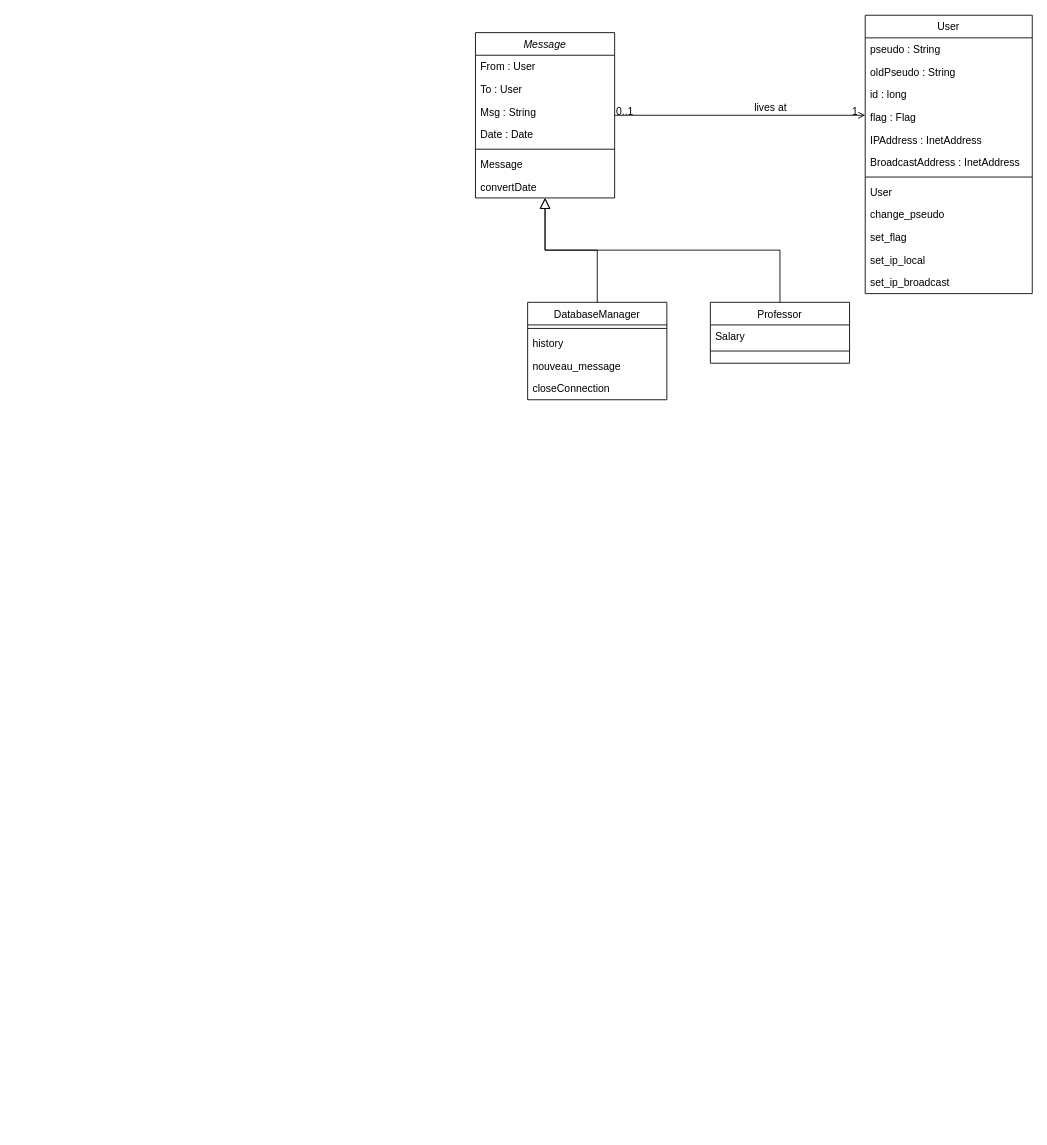
martemr/Project_chat_system keeps this draw.io diagram as ressources/Design UML/Untitled Diagram.drawio. Above is the earlier version. Source tidied: cells renumbered, new cells numbered last; positions are measured from the earlier drawing's top-left corner, leaving out a move shared by most shapes. Both pictures are drawn from the tidied source at 87%, with x=0, y=0 at pixel (475, 15).
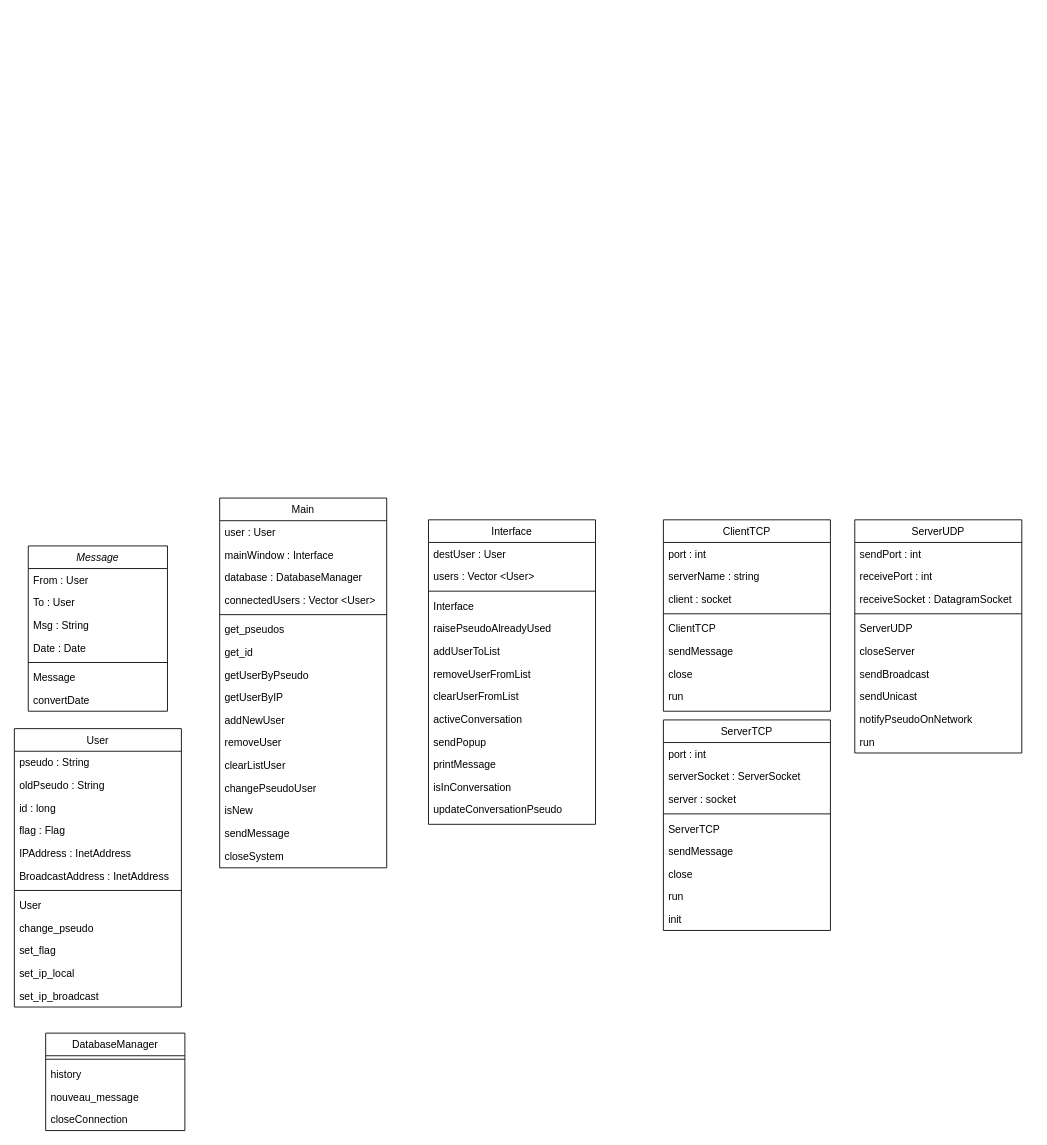
After the change.

Change to the diagram source:
```diff
@@
     <mxCell id="2" value="Message" style="swimlane;fontStyle=2;align=center;verticalAlign=top;horizontal=1;startSize=26;rounded=0;shadow=0;strokeWidth=1;" parent="1" vertex="1">
-      <mxGeometry y="20" width="160" height="190" as="geometry" />
+      <mxGeometry x="-514" y="610" width="160" height="190" as="geometry" />
     </mxCell>
@@
     <mxCell id="10" value="DatabaseManager" style="swimlane;fontStyle=0;align=center;verticalAlign=top;horizontal=1;startSize=26;rounded=0;shadow=0;strokeWidth=1;" parent="1" vertex="1">
-      <mxGeometry x="60" y="330" width="160" height="112" as="geometry" />
+      <mxGeometry x="-494" y="1170" width="160" height="112" as="geometry" />
     </mxCell>
@@
-    <mxCell id="15" style="endArrow=block;endSize=10;endFill=0;shadow=0;strokeWidth=1;rounded=0;edgeStyle=elbowEdgeStyle;elbow=vertical;" parent="1" edge="1" source="10" target="2">
-      <mxGeometry relative="1" as="geometry" />
-    </mxCell>
-    <mxCell id="16" value="Professor" style="swimlane;fontStyle=0;align=center;verticalAlign=top;horizontal=1;startSize=26;rounded=0;shadow=0;strokeWidth=1;" parent="1" vertex="1">
-      <mxGeometry x="270" y="330" width="160" height="70" as="geometry" />
-    </mxCell>
-    <mxCell id="17" value="Salary" style="text;align=left;verticalAlign=top;spacingLeft=4;spacingRight=4;overflow=hidden;" parent="16" vertex="1">
-      <mxGeometry y="26" width="160" height="26" as="geometry" />
-    </mxCell>
-    <mxCell id="18" style="line;html=1;strokeWidth=1;align=left;verticalAlign=middle;spacingTop=-1;spacingLeft=3;spacingRight=3;labelPosition=right;" parent="16" vertex="1">
-      <mxGeometry y="52" width="160" height="8" as="geometry" />
-    </mxCell>
-    <mxCell id="19" style="endArrow=block;endSize=10;endFill=0;shadow=0;strokeWidth=1;rounded=0;edgeStyle=elbowEdgeStyle;elbow=vertical;" parent="1" edge="1" source="16" target="2">
-      <mxGeometry relative="1" as="geometry" />
-    </mxCell>
     <mxCell id="20" value="User" style="swimlane;fontStyle=0;align=center;verticalAlign=top;horizontal=1;startSize=26;rounded=0;shadow=0;strokeWidth=1;" parent="1" vertex="1">
-      <mxGeometry x="448" width="192" height="320" as="geometry" />
+      <mxGeometry x="-530" y="820" width="192" height="320" as="geometry" />
     </mxCell>
@@
-    <mxCell id="33" style="endArrow=open;shadow=0;strokeWidth=1;rounded=0;endFill=1;edgeStyle=elbowEdgeStyle;elbow=vertical;" parent="1" edge="1" source="2" target="20">
-      <mxGeometry x="0.5" y="41" relative="1" as="geometry">
-        <mxPoint x="-40" y="32" as="offset" />
-      </mxGeometry>
-    </mxCell>
-    <mxCell id="34" value="0..1" style="align=left;verticalAlign=bottom;labelBackgroundColor=none;fontSize=12;" parent="33" vertex="1">
-      <mxGeometry x="-1" relative="1" as="geometry">
-        <mxPoint y="4" as="offset" />
-      </mxGeometry>
-    </mxCell>
-    <mxCell id="35" value="1" style="align=right;verticalAlign=bottom;labelBackgroundColor=none;fontSize=12;" parent="33" vertex="1">
-      <mxGeometry x="1" relative="1" as="geometry">
-        <mxPoint x="-7" y="4" as="offset" />
-      </mxGeometry>
-    </mxCell>
-    <mxCell id="36" value="lives at" style="text;html=1;align=center;verticalAlign=middle;labelBackgroundColor=none;rounded=0;shadow=0;strokeWidth=1;fontSize=12;" parent="33" vertex="1">
-      <mxGeometry x="0.5" y="49" relative="1" as="geometry">
-        <mxPoint x="-38" y="40" as="offset" />
-      </mxGeometry>
-    </mxCell>
+    <mxCell id="37" value="Interface" style="swimlane;fontStyle=0;align=center;verticalAlign=top;horizontal=1;startSize=26;rounded=0;shadow=0;strokeWidth=1;" parent="1" vertex="1">
+      <mxGeometry x="-54" y="580" width="192" height="350" as="geometry" />
+    </mxCell>
+    <mxCell id="38" value="destUser : User" style="text;align=left;verticalAlign=top;spacingLeft=4;spacingRight=4;overflow=hidden;" parent="37" vertex="1">
+      <mxGeometry y="26" width="192" height="26" as="geometry" />
+    </mxCell>
+    <mxCell id="39" value="users : Vector &lt;User&gt;" style="text;align=left;verticalAlign=top;spacingLeft=4;spacingRight=4;overflow=hidden;rounded=0;shadow=0;html=0;" parent="37" vertex="1">
+      <mxGeometry y="52" width="192" height="26" as="geometry" />
+    </mxCell>
+    <mxCell id="40" style="line;html=1;strokeWidth=1;align=left;verticalAlign=middle;spacingTop=-1;spacingLeft=3;spacingRight=3;labelPosition=right;" parent="37" vertex="1">
+      <mxGeometry y="78" width="192" height="8" as="geometry" />
+    </mxCell>
+    <mxCell id="41" value="Interface" style="text;align=left;verticalAlign=top;spacingLeft=4;spacingRight=4;overflow=hidden;" parent="37" vertex="1">
+      <mxGeometry y="86" width="192" height="26" as="geometry" />
+    </mxCell>
+    <mxCell id="42" value="raisePseudoAlreadyUsed" style="text;align=left;verticalAlign=top;spacingLeft=4;spacingRight=4;overflow=hidden;" parent="37" vertex="1">
+      <mxGeometry y="112" width="192" height="26" as="geometry" />
+    </mxCell>
+    <mxCell id="43" value="addUserToList" style="text;align=left;verticalAlign=top;spacingLeft=4;spacingRight=4;overflow=hidden;" parent="37" vertex="1">
+      <mxGeometry y="138" width="192" height="26" as="geometry" />
+    </mxCell>
+    <mxCell id="44" value="removeUserFromList" style="text;align=left;verticalAlign=top;spacingLeft=4;spacingRight=4;overflow=hidden;" parent="37" vertex="1">
+      <mxGeometry y="164" width="192" height="26" as="geometry" />
+    </mxCell>
+    <mxCell id="45" value="clearUserFromList" style="text;align=left;verticalAlign=top;spacingLeft=4;spacingRight=4;overflow=hidden;" parent="37" vertex="1">
+      <mxGeometry y="190" width="192" height="26" as="geometry" />
+    </mxCell>
+    <mxCell id="46" value="activeConversation" style="text;align=left;verticalAlign=top;spacingLeft=4;spacingRight=4;overflow=hidden;" parent="37" vertex="1">
+      <mxGeometry y="216" width="192" height="26" as="geometry" />
+    </mxCell>
+    <mxCell id="47" value="sendPopup" style="text;align=left;verticalAlign=top;spacingLeft=4;spacingRight=4;overflow=hidden;" parent="37" vertex="1">
+      <mxGeometry y="242" width="192" height="26" as="geometry" />
+    </mxCell>
+    <mxCell id="48" value="printMessage" style="text;align=left;verticalAlign=top;spacingLeft=4;spacingRight=4;overflow=hidden;" parent="37" vertex="1">
+      <mxGeometry y="268" width="192" height="26" as="geometry" />
+    </mxCell>
+    <mxCell id="49" value="isInConversation" style="text;align=left;verticalAlign=top;spacingLeft=4;spacingRight=4;overflow=hidden;" parent="37" vertex="1">
+      <mxGeometry y="294" width="192" height="26" as="geometry" />
+    </mxCell>
+    <mxCell id="50" value="updateConversationPseudo" style="text;align=left;verticalAlign=top;spacingLeft=4;spacingRight=4;overflow=hidden;" parent="37" vertex="1">
+      <mxGeometry y="320" width="192" height="26" as="geometry" />
+    </mxCell>
+    <mxCell id="51" value="ClientTCP" style="swimlane;fontStyle=0;align=center;verticalAlign=top;horizontal=1;startSize=26;rounded=0;shadow=0;strokeWidth=1;" parent="1" vertex="1">
+      <mxGeometry x="216" y="580" width="192" height="220" as="geometry" />
+    </mxCell>
+    <mxCell id="52" value="port : int" style="text;align=left;verticalAlign=top;spacingLeft=4;spacingRight=4;overflow=hidden;" parent="51" vertex="1">
+      <mxGeometry y="26" width="192" height="26" as="geometry" />
+    </mxCell>
+    <mxCell id="53" value="serverName : string" style="text;align=left;verticalAlign=top;spacingLeft=4;spacingRight=4;overflow=hidden;" parent="51" vertex="1">
+      <mxGeometry y="52" width="192" height="26" as="geometry" />
+    </mxCell>
+    <mxCell id="54" value="client : socket" style="text;align=left;verticalAlign=top;spacingLeft=4;spacingRight=4;overflow=hidden;rounded=0;shadow=0;html=0;" parent="51" vertex="1">
+      <mxGeometry y="78" width="192" height="26" as="geometry" />
+    </mxCell>
+    <mxCell id="55" style="line;html=1;strokeWidth=1;align=left;verticalAlign=middle;spacingTop=-1;spacingLeft=3;spacingRight=3;labelPosition=right;" parent="51" vertex="1">
+      <mxGeometry y="104" width="192" height="8" as="geometry" />
+    </mxCell>
+    <mxCell id="56" value="ClientTCP" style="text;align=left;verticalAlign=top;spacingLeft=4;spacingRight=4;overflow=hidden;" parent="51" vertex="1">
+      <mxGeometry y="112" width="192" height="26" as="geometry" />
+    </mxCell>
+    <mxCell id="57" value="sendMessage" style="text;align=left;verticalAlign=top;spacingLeft=4;spacingRight=4;overflow=hidden;" parent="51" vertex="1">
+      <mxGeometry y="138" width="192" height="26" as="geometry" />
+    </mxCell>
+    <mxCell id="58" value="close" style="text;align=left;verticalAlign=top;spacingLeft=4;spacingRight=4;overflow=hidden;" parent="51" vertex="1">
+      <mxGeometry y="164" width="192" height="26" as="geometry" />
+    </mxCell>
+    <mxCell id="59" value="run" style="text;align=left;verticalAlign=top;spacingLeft=4;spacingRight=4;overflow=hidden;" parent="51" vertex="1">
+      <mxGeometry y="190" width="192" height="26" as="geometry" />
+    </mxCell>
+    <mxCell id="60" value="ServerTCP" style="swimlane;fontStyle=0;align=center;verticalAlign=top;horizontal=1;startSize=26;rounded=0;shadow=0;strokeWidth=1;" parent="1" vertex="1">
+      <mxGeometry x="216" y="810" width="192" height="242" as="geometry" />
+    </mxCell>
+    <mxCell id="61" value="port : int" style="text;align=left;verticalAlign=top;spacingLeft=4;spacingRight=4;overflow=hidden;" parent="60" vertex="1">
+      <mxGeometry y="26" width="192" height="26" as="geometry" />
+    </mxCell>
+    <mxCell id="62" value="serverSocket : ServerSocket" style="text;align=left;verticalAlign=top;spacingLeft=4;spacingRight=4;overflow=hidden;" parent="60" vertex="1">
+      <mxGeometry y="52" width="192" height="26" as="geometry" />
+    </mxCell>
+    <mxCell id="63" value="server : socket" style="text;align=left;verticalAlign=top;spacingLeft=4;spacingRight=4;overflow=hidden;rounded=0;shadow=0;html=0;" parent="60" vertex="1">
+      <mxGeometry y="78" width="192" height="26" as="geometry" />
+    </mxCell>
+    <mxCell id="64" style="line;html=1;strokeWidth=1;align=left;verticalAlign=middle;spacingTop=-1;spacingLeft=3;spacingRight=3;labelPosition=right;" parent="60" vertex="1">
+      <mxGeometry y="104" width="192" height="8" as="geometry" />
+    </mxCell>
+    <mxCell id="65" value="ServerTCP" style="text;align=left;verticalAlign=top;spacingLeft=4;spacingRight=4;overflow=hidden;" parent="60" vertex="1">
+      <mxGeometry y="112" width="192" height="26" as="geometry" />
+    </mxCell>
+    <mxCell id="66" value="sendMessage" style="text;align=left;verticalAlign=top;spacingLeft=4;spacingRight=4;overflow=hidden;" parent="60" vertex="1">
+      <mxGeometry y="138" width="192" height="26" as="geometry" />
+    </mxCell>
+    <mxCell id="67" value="close" style="text;align=left;verticalAlign=top;spacingLeft=4;spacingRight=4;overflow=hidden;" parent="60" vertex="1">
+      <mxGeometry y="164" width="192" height="26" as="geometry" />
+    </mxCell>
+    <mxCell id="68" value="run" style="text;align=left;verticalAlign=top;spacingLeft=4;spacingRight=4;overflow=hidden;" parent="60" vertex="1">
+      <mxGeometry y="190" width="192" height="26" as="geometry" />
+    </mxCell>
+    <mxCell id="69" value="init" style="text;align=left;verticalAlign=top;spacingLeft=4;spacingRight=4;overflow=hidden;" parent="60" vertex="1">
+      <mxGeometry y="216" width="192" height="26" as="geometry" />
+    </mxCell>
+    <mxCell id="70" value="ServerUDP" style="swimlane;fontStyle=0;align=center;verticalAlign=top;horizontal=1;startSize=26;rounded=0;shadow=0;strokeWidth=1;" parent="1" vertex="1">
+      <mxGeometry x="436" y="580" width="192" height="268" as="geometry" />
+    </mxCell>
+    <mxCell id="71" value="sendPort : int" style="text;align=left;verticalAlign=top;spacingLeft=4;spacingRight=4;overflow=hidden;" parent="70" vertex="1">
+      <mxGeometry y="26" width="192" height="26" as="geometry" />
+    </mxCell>
+    <mxCell id="72" value="receivePort : int" style="text;align=left;verticalAlign=top;spacingLeft=4;spacingRight=4;overflow=hidden;" parent="70" vertex="1">
+      <mxGeometry y="52" width="192" height="26" as="geometry" />
+    </mxCell>
+    <mxCell id="73" value="receiveSocket : DatagramSocket" style="text;align=left;verticalAlign=top;spacingLeft=4;spacingRight=4;overflow=hidden;rounded=0;shadow=0;html=0;" parent="70" vertex="1">
+      <mxGeometry y="78" width="192" height="26" as="geometry" />
+    </mxCell>
+    <mxCell id="74" style="line;html=1;strokeWidth=1;align=left;verticalAlign=middle;spacingTop=-1;spacingLeft=3;spacingRight=3;labelPosition=right;" parent="70" vertex="1">
+      <mxGeometry y="104" width="192" height="8" as="geometry" />
+    </mxCell>
+    <mxCell id="75" value="ServerUDP" style="text;align=left;verticalAlign=top;spacingLeft=4;spacingRight=4;overflow=hidden;" parent="70" vertex="1">
+      <mxGeometry y="112" width="192" height="26" as="geometry" />
+    </mxCell>
+    <mxCell id="76" value="closeServer" style="text;align=left;verticalAlign=top;spacingLeft=4;spacingRight=4;overflow=hidden;" parent="70" vertex="1">
+      <mxGeometry y="138" width="192" height="26" as="geometry" />
+    </mxCell>
+    <mxCell id="77" value="sendBroadcast" style="text;align=left;verticalAlign=top;spacingLeft=4;spacingRight=4;overflow=hidden;" parent="70" vertex="1">
+      <mxGeometry y="164" width="192" height="26" as="geometry" />
+    </mxCell>
+    <mxCell id="78" value="sendUnicast" style="text;align=left;verticalAlign=top;spacingLeft=4;spacingRight=4;overflow=hidden;" parent="70" vertex="1">
+      <mxGeometry y="190" width="192" height="26" as="geometry" />
+    </mxCell>
+    <mxCell id="79" value="notifyPseudoOnNetwork" style="text;align=left;verticalAlign=top;spacingLeft=4;spacingRight=4;overflow=hidden;" parent="70" vertex="1">
+      <mxGeometry y="216" width="192" height="26" as="geometry" />
+    </mxCell>
+    <mxCell id="80" value="run" style="text;align=left;verticalAlign=top;spacingLeft=4;spacingRight=4;overflow=hidden;" parent="70" vertex="1">
+      <mxGeometry y="242" width="192" height="26" as="geometry" />
+    </mxCell>
+    <mxCell id="81" value="Main" style="swimlane;fontStyle=0;align=center;verticalAlign=top;horizontal=1;startSize=26;rounded=0;shadow=0;strokeWidth=1;" parent="1" vertex="1">
+      <mxGeometry x="-294" y="555" width="192" height="425" as="geometry" />
+    </mxCell>
+    <mxCell id="82" value="user : User" style="text;align=left;verticalAlign=top;spacingLeft=4;spacingRight=4;overflow=hidden;" parent="81" vertex="1">
+      <mxGeometry y="26" width="192" height="26" as="geometry" />
+    </mxCell>
+    <mxCell id="83" value="mainWindow : Interface" style="text;align=left;verticalAlign=top;spacingLeft=4;spacingRight=4;overflow=hidden;" parent="81" vertex="1">
+      <mxGeometry y="52" width="192" height="26" as="geometry" />
+    </mxCell>
+    <mxCell id="84" value="database : DatabaseManager" style="text;align=left;verticalAlign=top;spacingLeft=4;spacingRight=4;overflow=hidden;rounded=0;shadow=0;html=0;" parent="81" vertex="1">
+      <mxGeometry y="78" width="192" height="26" as="geometry" />
+    </mxCell>
+    <mxCell id="85" value="connectedUsers : Vector &lt;User&gt;" style="text;align=left;verticalAlign=top;spacingLeft=4;spacingRight=4;overflow=hidden;rounded=0;shadow=0;html=0;" parent="81" vertex="1">
+      <mxGeometry y="104" width="192" height="26" as="geometry" />
+    </mxCell>
+    <mxCell id="86" style="line;html=1;strokeWidth=1;align=left;verticalAlign=middle;spacingTop=-1;spacingLeft=3;spacingRight=3;labelPosition=right;" parent="81" vertex="1">
+      <mxGeometry y="130" width="192" height="8" as="geometry" />
+    </mxCell>
+    <mxCell id="87" value="get_pseudos" style="text;align=left;verticalAlign=top;spacingLeft=4;spacingRight=4;overflow=hidden;" parent="81" vertex="1">
+      <mxGeometry y="138" width="192" height="26" as="geometry" />
+    </mxCell>
+    <mxCell id="88" value="get_id" style="text;align=left;verticalAlign=top;spacingLeft=4;spacingRight=4;overflow=hidden;" parent="81" vertex="1">
+      <mxGeometry y="164" width="192" height="26" as="geometry" />
+    </mxCell>
+    <mxCell id="89" value="getUserByPseudo" style="text;align=left;verticalAlign=top;spacingLeft=4;spacingRight=4;overflow=hidden;" parent="81" vertex="1">
+      <mxGeometry y="190" width="192" height="26" as="geometry" />
+    </mxCell>
+    <mxCell id="90" value="getUserByIP" style="text;align=left;verticalAlign=top;spacingLeft=4;spacingRight=4;overflow=hidden;" parent="81" vertex="1">
+      <mxGeometry y="216" width="192" height="26" as="geometry" />
+    </mxCell>
+    <mxCell id="91" value="addNewUser" style="text;align=left;verticalAlign=top;spacingLeft=4;spacingRight=4;overflow=hidden;" parent="81" vertex="1">
+      <mxGeometry y="242" width="192" height="26" as="geometry" />
+    </mxCell>
+    <mxCell id="92" value="removeUser" style="text;align=left;verticalAlign=top;spacingLeft=4;spacingRight=4;overflow=hidden;" parent="81" vertex="1">
+      <mxGeometry y="268" width="192" height="26" as="geometry" />
+    </mxCell>
+    <mxCell id="93" value="clearListUser" style="text;align=left;verticalAlign=top;spacingLeft=4;spacingRight=4;overflow=hidden;" parent="81" vertex="1">
+      <mxGeometry y="294" width="192" height="26" as="geometry" />
+    </mxCell>
+    <mxCell id="94" value="changePseudoUser" style="text;align=left;verticalAlign=top;spacingLeft=4;spacingRight=4;overflow=hidden;" parent="81" vertex="1">
+      <mxGeometry y="320" width="192" height="26" as="geometry" />
+    </mxCell>
+    <mxCell id="95" value="isNew" style="text;align=left;verticalAlign=top;spacingLeft=4;spacingRight=4;overflow=hidden;" parent="81" vertex="1">
+      <mxGeometry y="346" width="192" height="26" as="geometry" />
+    </mxCell>
+    <mxCell id="96" value="sendMessage" style="text;align=left;verticalAlign=top;spacingLeft=4;spacingRight=4;overflow=hidden;" parent="81" vertex="1">
+      <mxGeometry y="372" width="192" height="26" as="geometry" />
+    </mxCell>
+    <mxCell id="97" value="closeSystem" style="text;align=left;verticalAlign=top;spacingLeft=4;spacingRight=4;overflow=hidden;" parent="81" vertex="1">
+      <mxGeometry y="398" width="192" height="26" as="geometry" />
+    </mxCell>
```
